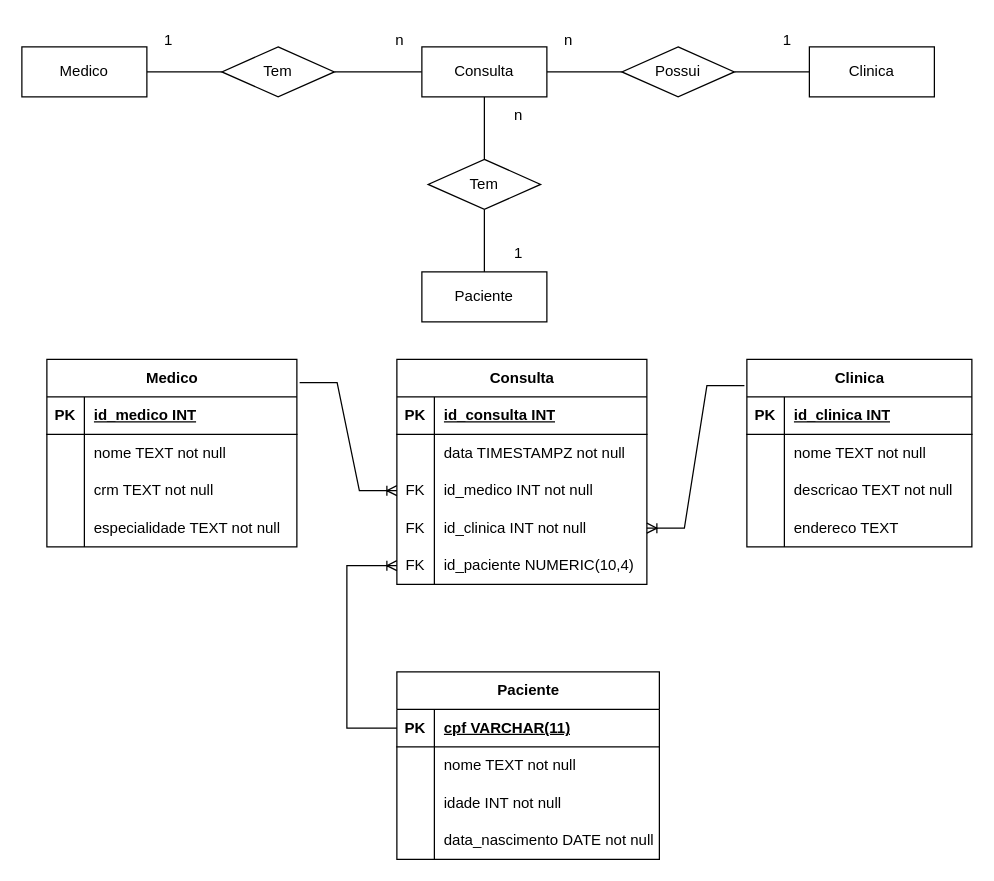
Before: Projeto_ECommerce/Modelagem/Clinica Medica.drawio in jheykocarreno/Senai_BackEnd, a draw.io diagram. Source tidied: cells renumbered, new cells numbered last; positions are measured from the earlier drawing's top-left corner, leaving out a move shared by most shapes. Both pictures are drawn from the tidied source at 125%, with x=0, y=0 at pixel (21, 21).
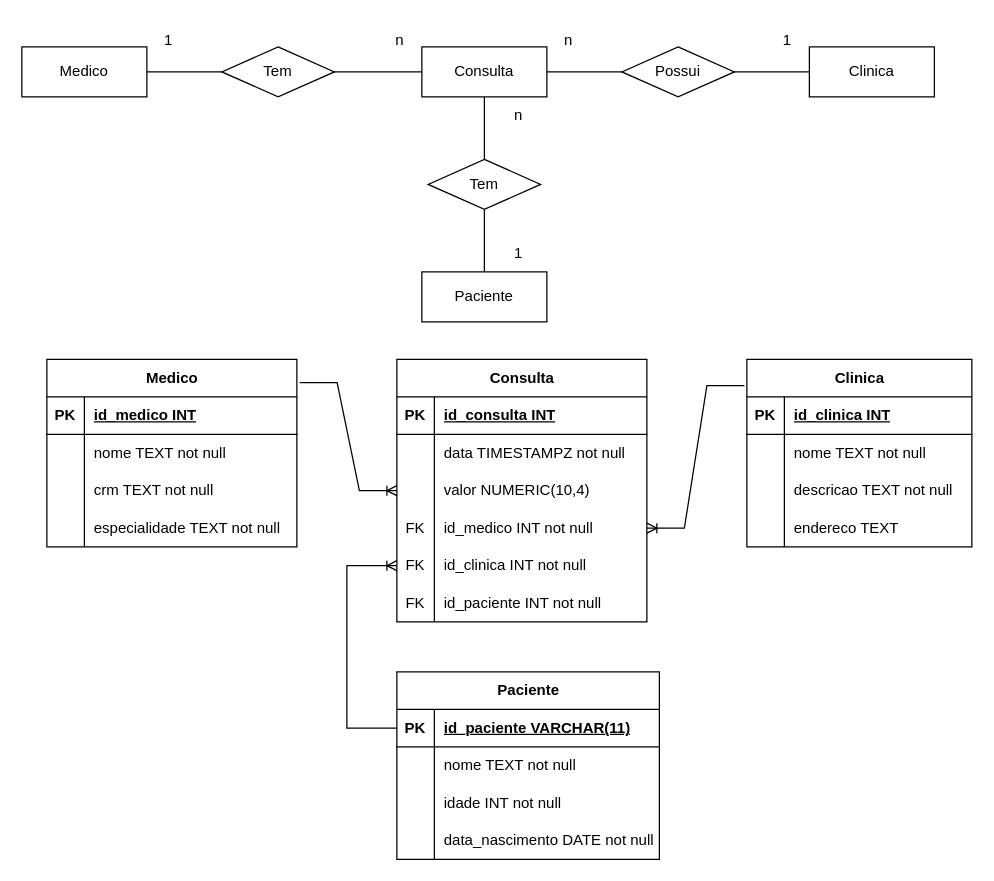
Above is the later version.

Unchanged cells that the change refers to:
```xml
<mxCell id="41" style="shape=tableRow;horizontal=0;startSize=0;swimlaneHead=0;swimlaneBody=0;fillColor=none;points=[[0,0.5],[1,0.5]];portConstraint=eastwest;top=0;left=0;right=0;bottom=0;" parent="34" vertex="1">
  <mxGeometry y="90" width="200" height="30" as="geometry" />
</mxCell>
<mxCell id="44" style="shape=tableRow;horizontal=0;startSize=0;swimlaneHead=0;swimlaneBody=0;fillColor=none;points=[[0,0.5],[1,0.5]];portConstraint=eastwest;top=0;left=0;right=0;bottom=0;" parent="34" vertex="1">
  <mxGeometry y="120" width="200" height="30" as="geometry" />
</mxCell>
<mxCell id="47" style="shape=tableRow;horizontal=0;startSize=0;swimlaneHead=0;swimlaneBody=0;fillColor=none;points=[[0,0.5],[1,0.5]];portConstraint=eastwest;top=0;left=0;right=0;bottom=0;" parent="34" vertex="1">
  <mxGeometry y="150" width="200" height="30" as="geometry" />
</mxCell>
<mxCell id="66" style="shape=tableRow;horizontal=0;startSize=0;swimlaneHead=0;swimlaneBody=0;fillColor=none;points=[[0,0.5],[1,0.5]];portConstraint=eastwest;top=0;left=0;right=0;bottom=1;" parent="65" vertex="1">
  <mxGeometry y="30" width="210" height="30" as="geometry" />
</mxCell>
```

The edit, as a diff of the source:
```diff
@@
     <mxCell id="34" value="Consulta" style="shape=table;startSize=30;childLayout=tableLayout;rowLines=0;fontStyle=1;align=center;html=1;" parent="1" vertex="1">
-      <mxGeometry x="300" y="270" width="200" height="180" as="geometry" />
+      <mxGeometry x="300" y="270" width="200" height="210" as="geometry" />
     </mxCell>
@@
-    <mxCell id="42" value="FK" style="shape=partialRectangle;fillColor=none;top=0;left=0;bottom=0;right=0;overflow=hidden;whiteSpace=wrap;html=1;" parent="41" vertex="1">
+    <mxCell id="42" style="shape=partialRectangle;fillColor=none;top=0;left=0;bottom=0;right=0;overflow=hidden;whiteSpace=wrap;html=1;" parent="41" vertex="1">
       <mxGeometry width="30" height="30" as="geometry" />
     </mxCell>
-    <mxCell id="43" value="id_medico INT not null" style="shape=partialRectangle;fillColor=none;top=0;left=0;bottom=0;right=0;align=left;spacingLeft=6;overflow=hidden;whiteSpace=wrap;html=1;" parent="41" vertex="1">
+    <mxCell id="43" value="valor NUMERIC(10,4)" style="shape=partialRectangle;fillColor=none;top=0;left=0;bottom=0;right=0;align=left;spacingLeft=6;overflow=hidden;whiteSpace=wrap;html=1;" parent="41" vertex="1">
       <mxGeometry x="30" width="170" height="30" as="geometry" />
     </mxCell>
@@
-    <mxCell id="46" value="id_clinica INT not null" style="shape=partialRectangle;fillColor=none;top=0;left=0;bottom=0;right=0;align=left;spacingLeft=6;overflow=hidden;whiteSpace=wrap;html=1;" parent="44" vertex="1">
+    <mxCell id="46" value="id_medico INT not null" style="shape=partialRectangle;fillColor=none;top=0;left=0;bottom=0;right=0;align=left;spacingLeft=6;overflow=hidden;whiteSpace=wrap;html=1;" parent="44" vertex="1">
       <mxGeometry x="30" width="170" height="30" as="geometry" />
     </mxCell>
@@
-    <mxCell id="49" value="id_paciente NUMERIC(10,4)" style="shape=partialRectangle;fillColor=none;top=0;left=0;bottom=0;right=0;align=left;spacingLeft=6;overflow=hidden;whiteSpace=wrap;html=1;" parent="47" vertex="1">
+    <mxCell id="49" value="id_clinica INT not null" style="shape=partialRectangle;fillColor=none;top=0;left=0;bottom=0;right=0;align=left;spacingLeft=6;overflow=hidden;whiteSpace=wrap;html=1;" parent="47" vertex="1">
       <mxGeometry x="30" width="170" height="30" as="geometry" />
     </mxCell>
+    <mxCell id="79" style="shape=tableRow;horizontal=0;startSize=0;swimlaneHead=0;swimlaneBody=0;fillColor=none;top=0;left=0;right=0;bottom=0;" parent="34" vertex="1">
+      <mxGeometry y="180" width="200" height="30" as="geometry" />
+    </mxCell>
+    <mxCell id="80" value="FK" style="shape=partialRectangle;fillColor=none;top=0;left=0;bottom=0;right=0;overflow=hidden;whiteSpace=wrap;html=1;" parent="79" vertex="1">
+      <mxGeometry width="30" height="30" as="geometry" />
+    </mxCell>
+    <mxCell id="81" value="&lt;div&gt;&lt;span style=&quot;background-color: transparent; color: light-dark(rgb(0, 0, 0), rgb(255, 255, 255));&quot;&gt;id_paciente INT not null&lt;/span&gt;&lt;/div&gt;" style="shape=partialRectangle;fillColor=none;top=0;left=0;bottom=0;right=0;align=left;spacingLeft=6;overflow=hidden;whiteSpace=wrap;html=1;" parent="79" vertex="1">
+      <mxGeometry x="30" width="170" height="30" as="geometry" />
+    </mxCell>
@@
-    <mxCell id="68" value="cpf VARCHAR(11)" style="shape=partialRectangle;fillColor=none;top=0;left=0;bottom=0;right=0;align=left;spacingLeft=6;fontStyle=5;overflow=hidden;whiteSpace=wrap;html=1;" parent="66" vertex="1">
+    <mxCell id="68" value="id_paciente VARCHAR(11)" style="shape=partialRectangle;fillColor=none;top=0;left=0;bottom=0;right=0;align=left;spacingLeft=6;fontStyle=5;overflow=hidden;whiteSpace=wrap;html=1;" parent="66" vertex="1">
       <mxGeometry x="30" width="180" height="30" as="geometry" />
     </mxCell>
```
